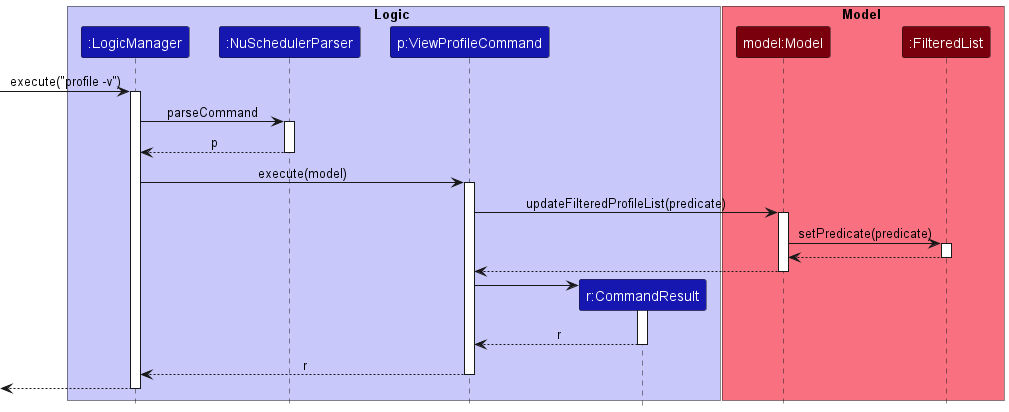
This is docs/images/commands/ViewProfileCommandSequenceDiagram.png from nus-cs2103-AY2223S1/tp, a PlantUML export, as it was before one commit.
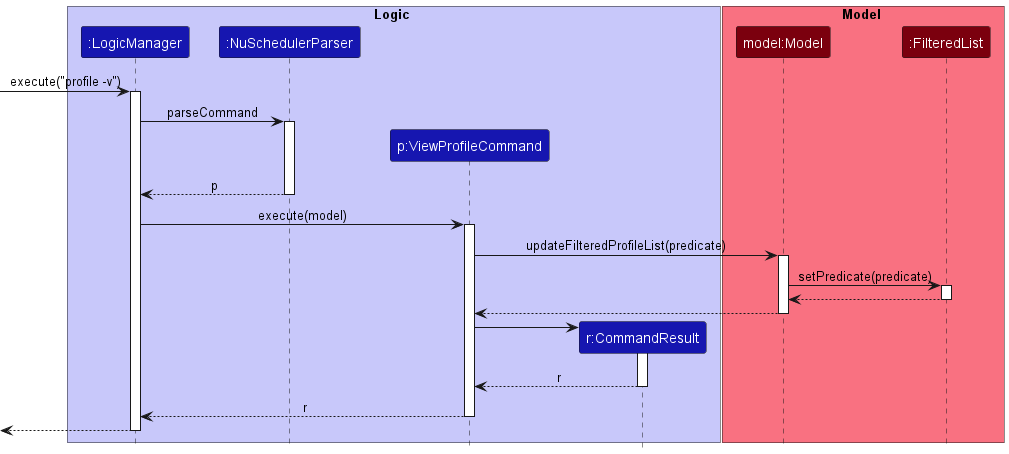
After the change.

Commit message:
Edit ViewProfileCommand sequence diagram

What changed in the source:
```diff
@@ -15,6 +15,8 @@
 
 -> logicManager ++: execute("profile -v")
 logicManager -> nuSchedulerParser ++: parseCommand
+create viewProfileCommand
+nuSchedulerParser -[hidden]-> viewProfileCommand
 return p
 logicManager -> viewProfileCommand ++: execute(model)
 viewProfileCommand -> model ++: updateFilteredProfileList(predicate)
```
